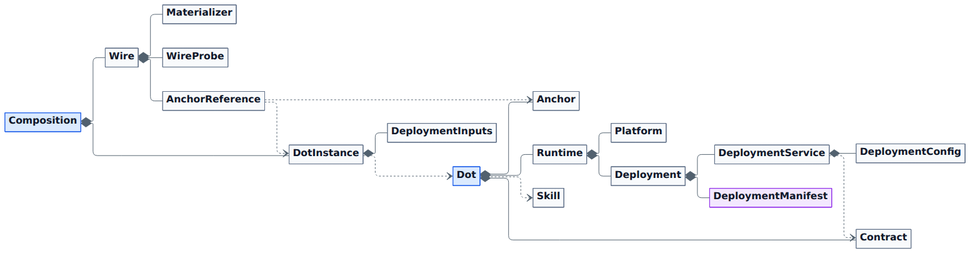
The Mermaid diagram DOT-Design/next/dot-design/_images/diagrams/domain-a4.png in MARE-EU-Project/DOT-Docs, before a commit. Its source is kept beside it as DOT-Design/next/dot-design/_attachments/diagrams/domain-a4.mmd. Its diagram source:
```mermaid
---
config:
  layout: elk
  class:
    hideEmptyMembersBox: true
    nodeSpacing: 16
    rankSpacing: 25
    padding: 6
---
classDiagram
  direction LR
  accTitle: DOT-Domain A4 overview
  accDescr: Core class relationships. The accompanying generated family inventory covers every supporting public type; the complete diagram shows every type individually.

  class Dot
  class Skill
  class Contract
  class Anchor
  class Runtime
  class Platform
  class Deployment
  class DeploymentManifest
  class DeploymentService
  class DeploymentConfig
  class Composition
  class DotInstance
  class Wire
  class AnchorReference
  class Materializer
  class DeploymentInputs
  class WireProbe
  Dot ..> Skill
  Dot *-- Anchor
  Dot *-- Contract
  Dot *-- Runtime
  Composition *-- DotInstance
  Composition *-- Wire
  DotInstance *-- DeploymentInputs
  Wire *-- AnchorReference
  Wire *-- Materializer
  Wire *-- WireProbe
  DeploymentService ..> Contract
  DeploymentService *-- DeploymentConfig
  Deployment *-- DeploymentService
  Deployment *-- DeploymentManifest
  Runtime *-- Deployment
  Runtime *-- Platform
  DotInstance ..> Dot
  AnchorReference ..> DotInstance
  AnchorReference ..> Anchor
  style Dot fill:#dbeafe,stroke:#2563eb,color:#0f172a
  style Skill fill:#f8fafc,stroke:#64748b,color:#0f172a
  style Anchor fill:#f8fafc,stroke:#64748b,color:#0f172a
  style AnchorReference fill:#f8fafc,stroke:#64748b,color:#0f172a
  style Composition fill:#dbeafe,stroke:#2563eb,color:#0f172a
  style DeploymentInputs fill:#f8fafc,stroke:#64748b,color:#0f172a
  style DotInstance fill:#f8fafc,stroke:#64748b,color:#0f172a
  style Materializer fill:#f8fafc,stroke:#64748b,color:#0f172a
  style Wire fill:#f8fafc,stroke:#64748b,color:#0f172a
  style WireProbe fill:#f8fafc,stroke:#64748b,color:#0f172a
  style Contract fill:#f8fafc,stroke:#64748b,color:#0f172a
  style Deployment fill:#f8fafc,stroke:#64748b,color:#0f172a
  style DeploymentService fill:#f8fafc,stroke:#64748b,color:#0f172a
  style DeploymentConfig fill:#f8fafc,stroke:#64748b,color:#0f172a
  style DeploymentManifest fill:#f3e8ff,stroke:#9333ea,color:#0f172a
  style Runtime fill:#f8fafc,stroke:#64748b,color:#0f172a
  style Platform fill:#f8fafc,stroke:#64748b,color:#0f172a
```
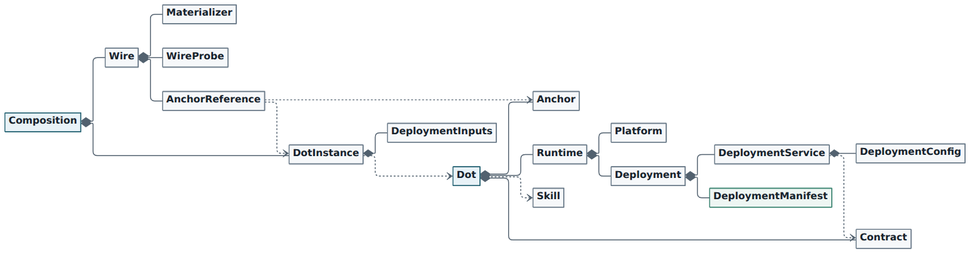
After the change.

Change to the diagram source:
```diff
@@ -48,20 +48,20 @@
   DotInstance ..> Dot
   AnchorReference ..> DotInstance
   AnchorReference ..> Anchor
-  style Dot fill:#dbeafe,stroke:#2563eb,color:#0f172a
-  style Skill fill:#f8fafc,stroke:#64748b,color:#0f172a
-  style Anchor fill:#f8fafc,stroke:#64748b,color:#0f172a
-  style AnchorReference fill:#f8fafc,stroke:#64748b,color:#0f172a
-  style Composition fill:#dbeafe,stroke:#2563eb,color:#0f172a
-  style DeploymentInputs fill:#f8fafc,stroke:#64748b,color:#0f172a
-  style DotInstance fill:#f8fafc,stroke:#64748b,color:#0f172a
-  style Materializer fill:#f8fafc,stroke:#64748b,color:#0f172a
-  style Wire fill:#f8fafc,stroke:#64748b,color:#0f172a
-  style WireProbe fill:#f8fafc,stroke:#64748b,color:#0f172a
-  style Contract fill:#f8fafc,stroke:#64748b,color:#0f172a
-  style Deployment fill:#f8fafc,stroke:#64748b,color:#0f172a
-  style DeploymentService fill:#f8fafc,stroke:#64748b,color:#0f172a
-  style DeploymentConfig fill:#f8fafc,stroke:#64748b,color:#0f172a
-  style DeploymentManifest fill:#f3e8ff,stroke:#9333ea,color:#0f172a
-  style Runtime fill:#f8fafc,stroke:#64748b,color:#0f172a
-  style Platform fill:#f8fafc,stroke:#64748b,color:#0f172a
+  style Dot fill:#e8f2f7,stroke:#2b6777,color:#17232d,stroke-width:1.5px
+  style Skill fill:#f6f8fa,stroke:#687887,color:#17232d,stroke-width:1.5px
+  style Anchor fill:#f6f8fa,stroke:#687887,color:#17232d,stroke-width:1.5px
+  style AnchorReference fill:#f6f8fa,stroke:#687887,color:#17232d,stroke-width:1.5px
+  style Composition fill:#e8f2f7,stroke:#2b6777,color:#17232d,stroke-width:1.5px
+  style DeploymentInputs fill:#f6f8fa,stroke:#687887,color:#17232d,stroke-width:1.5px
+  style DotInstance fill:#f6f8fa,stroke:#687887,color:#17232d,stroke-width:1.5px
+  style Materializer fill:#f6f8fa,stroke:#687887,color:#17232d,stroke-width:1.5px
+  style Wire fill:#f6f8fa,stroke:#687887,color:#17232d,stroke-width:1.5px
+  style WireProbe fill:#f6f8fa,stroke:#687887,color:#17232d,stroke-width:1.5px
+  style Contract fill:#f6f8fa,stroke:#687887,color:#17232d,stroke-width:1.5px
+  style Deployment fill:#f6f8fa,stroke:#687887,color:#17232d,stroke-width:1.5px
+  style DeploymentService fill:#f6f8fa,stroke:#687887,color:#17232d,stroke-width:1.5px
+  style DeploymentConfig fill:#f6f8fa,stroke:#687887,color:#17232d,stroke-width:1.5px
+  style DeploymentManifest fill:#eef6f3,stroke:#39826f,color:#17232d,stroke-width:1.5px
+  style Runtime fill:#f6f8fa,stroke:#687887,color:#17232d,stroke-width:1.5px
+  style Platform fill:#f6f8fa,stroke:#687887,color:#17232d,stroke-width:1.5px
```
